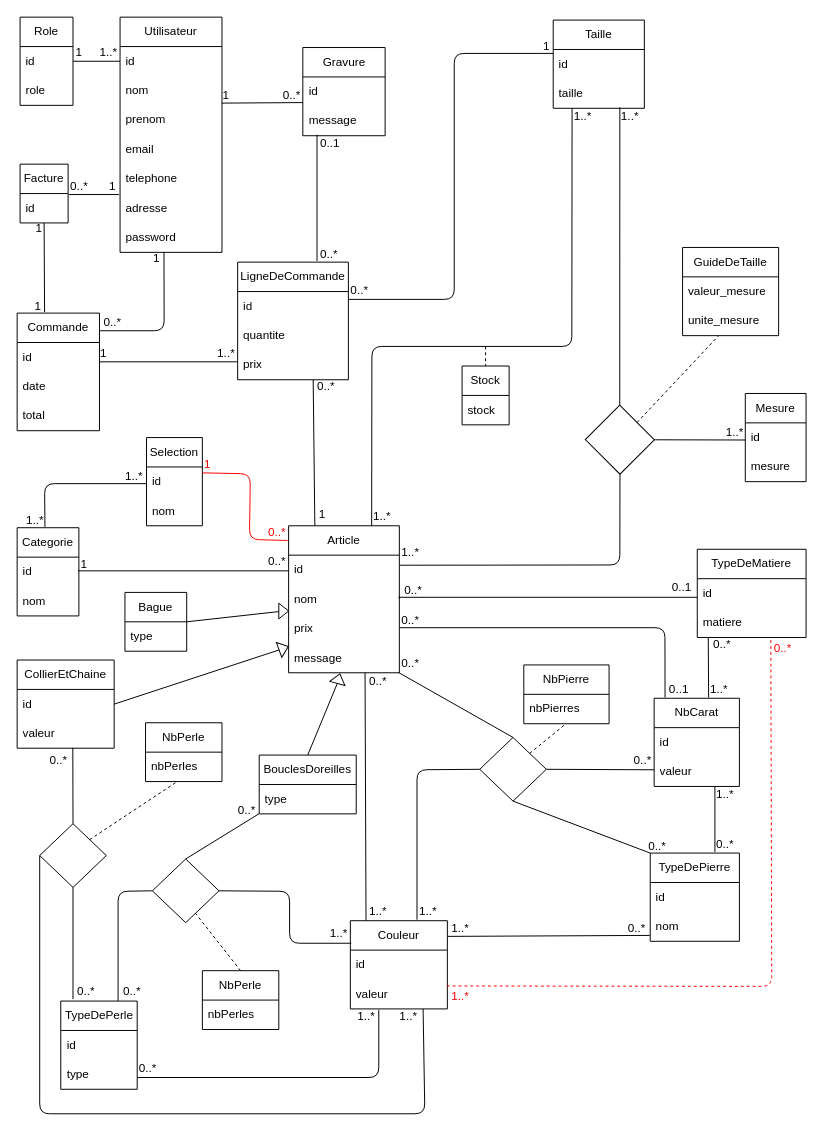
Before: bijouterie.drawio in vickod/tfe-bijouterie-app-react, a draw.io diagram. Source tidied: cells renumbered, new cells numbered last; positions are measured from the earlier drawing's top-left corner, leaving out a move shared by most shapes. Both pictures are drawn from the tidied source at 98%, with x=0, y=0 at pixel (17, 17).
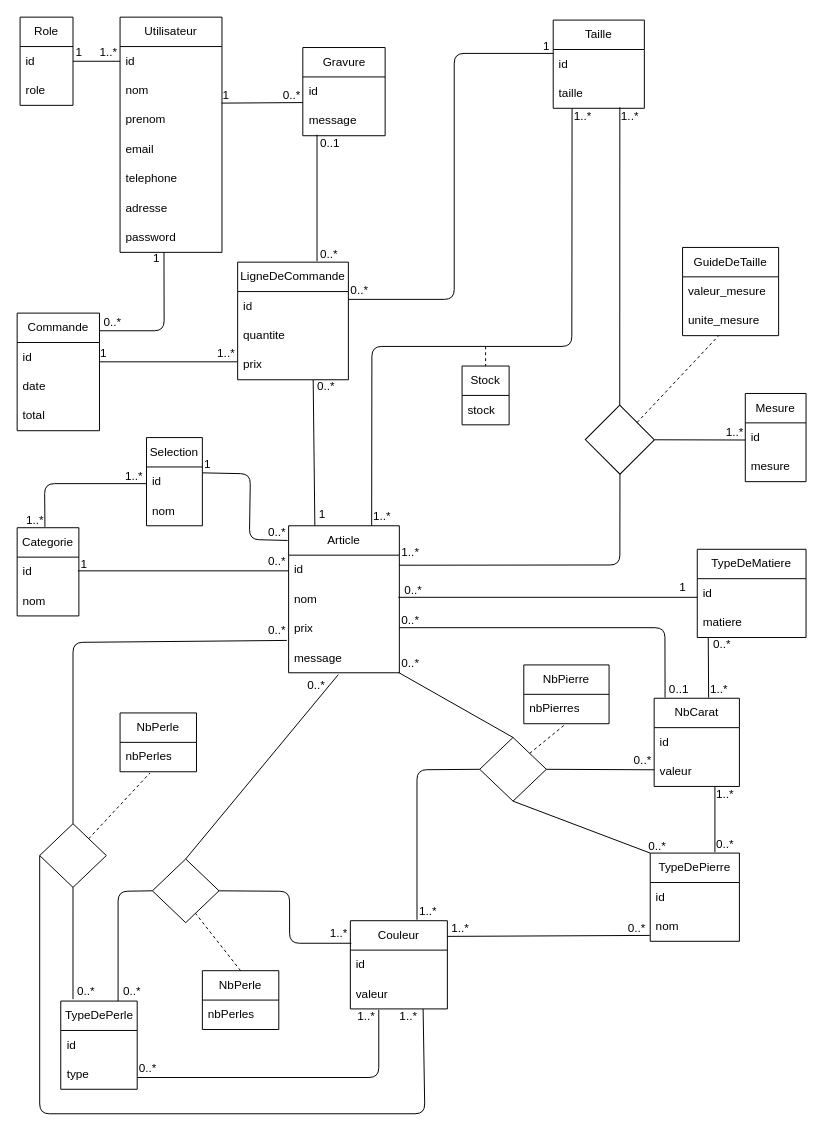
Above is the later version.

The change refers to these unchanged cells:
```xml
<mxCell id="63" value="message" style="text;strokeColor=none;fillColor=none;align=left;verticalAlign=middle;spacingLeft=4;spacingRight=4;overflow=hidden;points=[[0,0.5],[1,0.5]];portConstraint=eastwest;whiteSpace=wrap;html=1;labelBackgroundColor=none;labelBorderColor=none;fontColor=#000000;" parent="59" vertex="1">
  <mxGeometry y="120" width="113" height="30" as="geometry" />
</mxCell>
<mxCell id="98" value="matiere" style="text;strokeColor=none;fillColor=none;align=left;verticalAlign=middle;spacingLeft=4;spacingRight=4;overflow=hidden;points=[[0,0.5],[1,0.5]];portConstraint=eastwest;whiteSpace=wrap;html=1;labelBackgroundColor=none;labelBorderColor=none;fontColor=#000000;" parent="96" vertex="1">
  <mxGeometry y="60" width="111" height="30" as="geometry" />
</mxCell>
<mxCell id="107" value="valeur" style="text;strokeColor=none;fillColor=none;align=left;verticalAlign=middle;spacingLeft=4;spacingRight=4;overflow=hidden;points=[[0,0.5],[1,0.5]];portConstraint=eastwest;whiteSpace=wrap;html=1;labelBackgroundColor=none;labelBorderColor=none;fontColor=#000000;" parent="105" vertex="1">
  <mxGeometry y="60" width="99" height="30" as="geometry" />
</mxCell>
<mxCell id="157" style="rhombus;whiteSpace=wrap;html=1;rounded=0;shadow=0;glass=0;labelBackgroundColor=none;labelBorderColor=none;sketch=0;fillStyle=solid;strokeColor=#000000;strokeWidth=1;fontColor=#000000;fillColor=none;gradientColor=none;" parent="1" vertex="1">
  <mxGeometry x="23" y="823" width="68" height="65" as="geometry" />
</mxCell>
<mxCell id="162" value="nbPerles" style="text;strokeColor=none;fillColor=none;align=left;verticalAlign=middle;spacingLeft=4;spacingRight=4;overflow=hidden;points=[[0,0.5],[1,0.5]];portConstraint=eastwest;whiteSpace=wrap;html=1;labelBackgroundColor=none;labelBorderColor=none;fontColor=#000000;" parent="161" vertex="1">
  <mxGeometry y="30" width="78" height="30" as="geometry" />
</mxCell>
<mxCell id="165" style="rhombus;whiteSpace=wrap;html=1;rounded=0;shadow=0;glass=0;labelBackgroundColor=none;labelBorderColor=none;sketch=0;fillStyle=solid;strokeColor=#000000;strokeWidth=1;fontColor=#000000;fillColor=none;gradientColor=none;" parent="1" vertex="1">
  <mxGeometry x="138" y="859" width="68" height="65" as="geometry" />
</mxCell>
```

What changed in the source:
```diff
@@
-    <mxCell id="16" value="Facture" style="swimlane;fontStyle=0;horizontal=1;startSize=30;whiteSpace=wrap;fillColor=none;swimlaneFillColor=none;glass=0;swimlaneLine=1;rounded=0;shadow=0;gradientColor=none;fontColor=#000000;labelBackgroundColor=none;strokeColor=#000000;perimeterSpacing=0;labelBorderColor=none;fillStyle=solid;strokeWidth=1;" parent="1" vertex="1">
-      <mxGeometry x="3" y="150" width="49" height="60" as="geometry" />
-    </mxCell>
-    <mxCell id="17" value="id" style="text;strokeColor=none;fillColor=none;align=left;verticalAlign=middle;spacingLeft=4;spacingRight=4;overflow=hidden;whiteSpace=wrap;html=1;labelBackgroundColor=none;labelBorderColor=none;fontColor=#000000;" parent="16" vertex="1">
-      <mxGeometry y="30" width="49" height="30" as="geometry" />
-    </mxCell>
@@
-    <mxCell id="22" style="endArrow=none;html=1;rounded=1;strokeColor=#000000;fontColor=#000000;" parent="1" edge="1">
-      <mxGeometry relative="1" as="geometry">
-        <mxPoint x="104" y="181" as="sourcePoint" />
-        <mxPoint x="53" y="181" as="targetPoint" />
-      </mxGeometry>
-    </mxCell>
-    <mxCell id="23" value="0..*" style="text;html=1;align=center;verticalAlign=middle;strokeColor=none;fillColor=none;fontColor=#000000;" parent="1" vertex="1">
-      <mxGeometry x="44.5" y="160" width="36" height="26" as="geometry" />
-    </mxCell>
-    <mxCell id="24" value="1" style="text;html=1;align=center;verticalAlign=middle;strokeColor=none;fillColor=none;fontColor=#000000;" parent="1" vertex="1">
-      <mxGeometry x="84" y="160" width="25" height="26" as="geometry" />
-    </mxCell>
-    <mxCell id="25" style="endArrow=none;html=1;rounded=1;strokeColor=#000000;fontColor=#000000;entryX=0.5;entryY=1;entryDx=0;entryDy=0;" parent="1" edge="1" target="16">
-      <mxGeometry relative="1" as="geometry">
-        <mxPoint x="28" y="301" as="sourcePoint" />
-      </mxGeometry>
-    </mxCell>
-    <mxCell id="26" value="1" style="text;html=1;align=center;verticalAlign=middle;strokeColor=none;fillColor=none;fontColor=#000000;" parent="1" vertex="1">
-      <mxGeometry x="9" y="203" width="25" height="26" as="geometry" />
-    </mxCell>
-    <mxCell id="27" value="1" style="text;html=1;align=center;verticalAlign=middle;strokeColor=none;fillColor=none;fontColor=#000000;" parent="1" vertex="1">
-      <mxGeometry x="8" y="282" width="25" height="26" as="geometry" />
-    </mxCell>
@@
-    <mxCell id="53" style="endArrow=none;html=1;rounded=1;strokeColor=#FF0000;fontColor=#000000;fillColor=#a20025;" parent="1" edge="1">
+    <mxCell id="53" style="endArrow=none;html=1;rounded=1;fontColor=#000000;strokeColor=#000000;" parent="1" edge="1">
       <mxGeometry relative="1" as="geometry">
         <mxPoint x="276" y="534" as="sourcePoint" />
         <mxPoint x="189" y="465" as="targetPoint" />
         <Array as="points">
           <mxPoint x="237" y="533" />
           <mxPoint x="238" y="466" />
         </Array>
       </mxGeometry>
     </mxCell>
@@
-    <mxCell id="57" value="1" style="text;html=1;align=center;verticalAlign=middle;strokeColor=none;fillColor=none;fontColor=#FF0000;" parent="1" vertex="1">
+    <mxCell id="57" value="1" style="text;html=1;align=center;verticalAlign=middle;strokeColor=none;fillColor=none;fontColor=#000000;" parent="1" vertex="1">
       <mxGeometry x="181" y="444" width="25" height="26" as="geometry" />
     </mxCell>
-    <mxCell id="58" value="0..*" style="text;html=1;align=center;verticalAlign=middle;strokeColor=none;fillColor=none;fontColor=#FF0000;" parent="1" vertex="1">
+    <mxCell id="58" value="0..*" style="text;html=1;align=center;verticalAlign=middle;strokeColor=none;fillColor=none;fontColor=#000000;" parent="1" vertex="1">
       <mxGeometry x="247" y="513" width="36" height="26" as="geometry" />
     </mxCell>
@@
-    <mxCell id="112" value="0..1" style="text;html=1;align=center;verticalAlign=middle;strokeColor=none;fillColor=none;fontColor=#000000;" parent="1" vertex="1">
-      <mxGeometry x="659" y="569" width="38" height="26" as="geometry" />
+    <mxCell id="112" value="1" style="text;html=1;align=center;verticalAlign=middle;strokeColor=none;fillColor=none;fontColor=#000000;" parent="1" vertex="1">
+      <mxGeometry x="666" y="569" width="25" height="26" as="geometry" />
     </mxCell>
@@
-    <mxCell id="128" style="endArrow=none;html=1;rounded=1;strokeColor=#000000;fontColor=#000000;" parent="1" edge="1">
-      <mxGeometry relative="1" as="geometry">
-        <mxPoint x="356" y="922" as="sourcePoint" />
-        <mxPoint x="355" y="669" as="targetPoint" />
-      </mxGeometry>
-    </mxCell>
-    <mxCell id="129" value="1..*" style="text;html=1;align=center;verticalAlign=middle;strokeColor=none;fillColor=none;fontColor=#000000;" parent="1" vertex="1">
-      <mxGeometry x="350" y="900" width="36" height="26" as="geometry" />
-    </mxCell>
-    <mxCell id="130" value="0..*" style="text;html=1;align=center;verticalAlign=middle;strokeColor=none;fillColor=none;fontColor=#000000;" parent="1" vertex="1">
-      <mxGeometry x="350" y="665" width="36" height="26" as="geometry" />
-    </mxCell>
@@
-    <mxCell id="132" style="endArrow=none;html=1;rounded=1;strokeColor=#FF0000;fontColor=#000000;entryX=0.676;entryY=0.995;entryDx=0;entryDy=0;entryPerimeter=0;exitX=0.994;exitY=0.22;exitDx=0;exitDy=0;exitPerimeter=0;dashed=1;fillColor=#a20025;" parent="1" edge="1" source="107" target="98">
-      <mxGeometry relative="1" as="geometry">
-        <Array as="points">
-          <mxPoint x="770" y="989" />
-        </Array>
-      </mxGeometry>
-    </mxCell>
-    <mxCell id="133" value="1..*" style="text;html=1;align=center;verticalAlign=middle;strokeColor=none;fillColor=none;fontColor=#FF0000;" parent="1" vertex="1">
-      <mxGeometry x="434" y="986" width="36" height="26" as="geometry" />
-    </mxCell>
-    <mxCell id="134" value="0..*" style="text;html=1;align=center;verticalAlign=middle;strokeColor=none;fillColor=none;fontColor=#FF0000;" parent="1" vertex="1">
-      <mxGeometry x="763" y="631" width="36" height="26" as="geometry" />
-    </mxCell>
@@
-    <mxCell id="141" value="Bague" style="swimlane;fontStyle=0;horizontal=1;startSize=30;whiteSpace=wrap;fillColor=none;swimlaneFillColor=none;glass=0;swimlaneLine=1;rounded=0;shadow=0;gradientColor=none;fontColor=#000000;labelBackgroundColor=none;strokeColor=#000000;perimeterSpacing=0;labelBorderColor=none;fillStyle=solid;strokeWidth=1;" parent="1" vertex="1">
-      <mxGeometry x="110" y="587" width="63" height="60" as="geometry" />
-    </mxCell>
-    <mxCell id="142" value="type" style="text;strokeColor=none;fillColor=none;align=left;verticalAlign=middle;spacingLeft=4;spacingRight=4;overflow=hidden;whiteSpace=wrap;html=1;labelBackgroundColor=none;labelBorderColor=none;fontColor=#000000;" parent="141" vertex="1">
-      <mxGeometry y="30" width="63" height="30" as="geometry" />
-    </mxCell>
-    <mxCell id="143" style="endArrow=none;html=1;rounded=1;strokeColor=#000000;fontColor=#000000;exitX=1;exitY=0.5;exitDx=0;exitDy=0;" parent="1" edge="1" source="141" target="144">
-      <mxGeometry relative="1" as="geometry" />
-    </mxCell>
-    <mxCell id="144" style="triangle;whiteSpace=wrap;html=1;rounded=0;shadow=0;glass=0;labelBackgroundColor=none;labelBorderColor=none;sketch=0;fillStyle=solid;strokeColor=#000000;strokeWidth=1;fontColor=#000000;fillColor=none;gradientColor=none;" parent="1" vertex="1">
-      <mxGeometry x="267" y="598" width="10" height="16" as="geometry" />
-    </mxCell>
@@
-    <mxCell id="148" value="BouclesDoreilles" style="swimlane;fontStyle=0;horizontal=1;startSize=30;whiteSpace=wrap;fillColor=none;swimlaneFillColor=none;glass=0;swimlaneLine=1;rounded=0;shadow=0;gradientColor=none;fontColor=#000000;labelBackgroundColor=none;strokeColor=#000000;perimeterSpacing=0;labelBorderColor=none;fillStyle=solid;strokeWidth=1;" parent="1" vertex="1">
-      <mxGeometry x="247" y="753" width="99" height="60" as="geometry" />
-    </mxCell>
-    <mxCell id="149" value="type" style="text;strokeColor=none;fillColor=none;align=left;verticalAlign=middle;spacingLeft=4;spacingRight=4;overflow=hidden;whiteSpace=wrap;html=1;labelBackgroundColor=none;labelBorderColor=none;fontColor=#000000;" parent="148" vertex="1">
-      <mxGeometry y="30" width="99" height="30" as="geometry" />
-    </mxCell>
-    <mxCell id="150" value="CollierEtChaine" style="swimlane;fontStyle=0;horizontal=1;startSize=30;whiteSpace=wrap;fillColor=none;swimlaneFillColor=none;glass=0;swimlaneLine=1;rounded=0;shadow=0;gradientColor=none;fontColor=#000000;labelBackgroundColor=none;strokeColor=#000000;perimeterSpacing=0;labelBorderColor=none;fillStyle=solid;strokeWidth=1;" parent="1" vertex="1">
-      <mxGeometry y="656" width="99" height="90" as="geometry" />
-    </mxCell>
-    <mxCell id="151" value="id" style="text;strokeColor=none;fillColor=none;align=left;verticalAlign=middle;spacingLeft=4;spacingRight=4;overflow=hidden;points=[[0,0.5],[1,0.5]];portConstraint=eastwest;whiteSpace=wrap;html=1;labelBackgroundColor=none;labelBorderColor=none;fontColor=#000000;" parent="150" vertex="1">
-      <mxGeometry y="30" width="99" height="30" as="geometry" />
-    </mxCell>
-    <mxCell id="152" value="valeur" style="text;strokeColor=none;fillColor=none;align=left;verticalAlign=middle;spacingLeft=4;spacingRight=4;overflow=hidden;whiteSpace=wrap;html=1;labelBackgroundColor=none;labelBorderColor=none;fontColor=#000000;" parent="150" vertex="1">
-      <mxGeometry y="60" width="99" height="30" as="geometry" />
-    </mxCell>
-    <mxCell id="153" style="endArrow=none;html=1;rounded=1;strokeColor=#000000;fontColor=#000000;exitX=1;exitY=0.5;exitDx=0;exitDy=0;entryX=0;entryY=0.5;entryDx=0;entryDy=0;" parent="1" edge="1" source="151" target="154">
-      <mxGeometry relative="1" as="geometry" />
-    </mxCell>
-    <mxCell id="154" style="triangle;whiteSpace=wrap;html=1;rounded=0;shadow=0;glass=0;labelBackgroundColor=none;labelBorderColor=none;sketch=0;fillStyle=solid;strokeColor=#000000;strokeWidth=1;fontColor=#000000;fillColor=none;gradientColor=none;rotation=-20;" parent="1" vertex="1">
-      <mxGeometry x="267" y="636" width="10" height="16" as="geometry" />
-    </mxCell>
-    <mxCell id="155" style="triangle;whiteSpace=wrap;html=1;rounded=0;shadow=0;glass=0;labelBackgroundColor=none;labelBorderColor=none;sketch=0;fillStyle=solid;strokeColor=#000000;strokeWidth=1;fontColor=#000000;fillColor=none;gradientColor=none;rotation=-75;" parent="1" vertex="1">
-      <mxGeometry x="323" y="667" width="10" height="16" as="geometry" />
-    </mxCell>
-    <mxCell id="156" style="endArrow=none;html=1;rounded=1;strokeColor=#000000;fontColor=#000000;exitX=0.5;exitY=0;exitDx=0;exitDy=0;entryX=0;entryY=0.5;entryDx=0;entryDy=0;" parent="1" edge="1" source="148" target="155">
-      <mxGeometry relative="1" as="geometry" />
-    </mxCell>
@@
-    <mxCell id="158" style="endArrow=none;html=1;rounded=1;strokeColor=#000000;fontColor=#000000;entryX=0.911;entryY=-0.019;entryDx=0;entryDy=0;entryPerimeter=0;exitX=0.5;exitY=0;exitDx=0;exitDy=0;" parent="1" edge="1" source="157" target="175">
-      <mxGeometry relative="1" as="geometry" />
+    <mxCell id="158" style="endArrow=none;html=1;rounded=1;strokeColor=#000000;fontColor=#000000;entryX=-0.016;entryY=-0.1;entryDx=0;entryDy=0;exitX=0.5;exitY=0;exitDx=0;exitDy=0;entryPerimeter=0;" parent="1" edge="1" source="157" target="63">
+      <mxGeometry relative="1" as="geometry">
+        <Array as="points">
+          <mxPoint x="57" y="638" />
+        </Array>
+      </mxGeometry>
     </mxCell>
@@
     <mxCell id="161" value="NbPerle" style="swimlane;fontStyle=0;horizontal=1;startSize=30;whiteSpace=wrap;fillColor=none;swimlaneFillColor=none;glass=0;swimlaneLine=1;rounded=0;shadow=0;gradientColor=none;fontColor=#000000;labelBackgroundColor=none;strokeColor=#000000;perimeterSpacing=0;labelBorderColor=none;fillStyle=solid;strokeWidth=1;" parent="1" vertex="1">
-      <mxGeometry x="131" y="720" width="78" height="60" as="geometry" />
+      <mxGeometry x="105" y="710" width="78" height="60" as="geometry" />
     </mxCell>
@@
-    <mxCell id="164" style="endArrow=none;dashed=1;html=1;rounded=1;strokeColor=#000000;fontColor=#000000;exitX=1;exitY=0;exitDx=0;exitDy=0;entryX=0.391;entryY=1.042;entryDx=0;entryDy=0;entryPerimeter=0;" parent="1" edge="1" source="157" target="162">
+    <mxCell id="164" style="endArrow=none;dashed=1;html=1;rounded=1;strokeColor=#000000;fontColor=#000000;entryX=0.391;entryY=1.042;entryDx=0;entryDy=0;entryPerimeter=0;" parent="1" edge="1" source="157" target="162">
       <mxGeometry relative="1" as="geometry" />
     </mxCell>
@@
-    <mxCell id="169" style="endArrow=none;html=1;rounded=1;strokeColor=#000000;fontColor=#000000;entryX=-0.003;entryY=1.012;entryDx=0;entryDy=0;entryPerimeter=0;exitX=0.5;exitY=0;exitDx=0;exitDy=0;" parent="1" edge="1" source="165">
-      <mxGeometry relative="1" as="geometry">
-        <mxPoint x="246.7" y="812.9" as="targetPoint" />
-      </mxGeometry>
+    <mxCell id="169" style="endArrow=none;html=1;rounded=1;strokeColor=#000000;fontColor=#000000;entryX=0.449;entryY=1.061;entryDx=0;entryDy=0;entryPerimeter=0;exitX=0.5;exitY=0;exitDx=0;exitDy=0;" parent="1" edge="1" source="165" target="63">
+      <mxGeometry relative="1" as="geometry" />
     </mxCell>
@@
     <mxCell id="175" value="0..*" style="text;html=1;align=center;verticalAlign=middle;points=[];strokeColor=none;fillColor=none;fontColor=#000000;" parent="1" vertex="1">
-      <mxGeometry x="24" y="746" width="36" height="26" as="geometry" />
+      <mxGeometry x="247" y="613" width="36" height="26" as="geometry" />
     </mxCell>
     <mxCell id="176" value="0..*" style="text;html=1;align=center;verticalAlign=middle;strokeColor=none;fillColor=none;fontColor=#000000;" parent="1" vertex="1">
-      <mxGeometry x="216" y="797" width="36" height="26" as="geometry" />
+      <mxGeometry x="287" y="669" width="36" height="26" as="geometry" />
     </mxCell>
```
